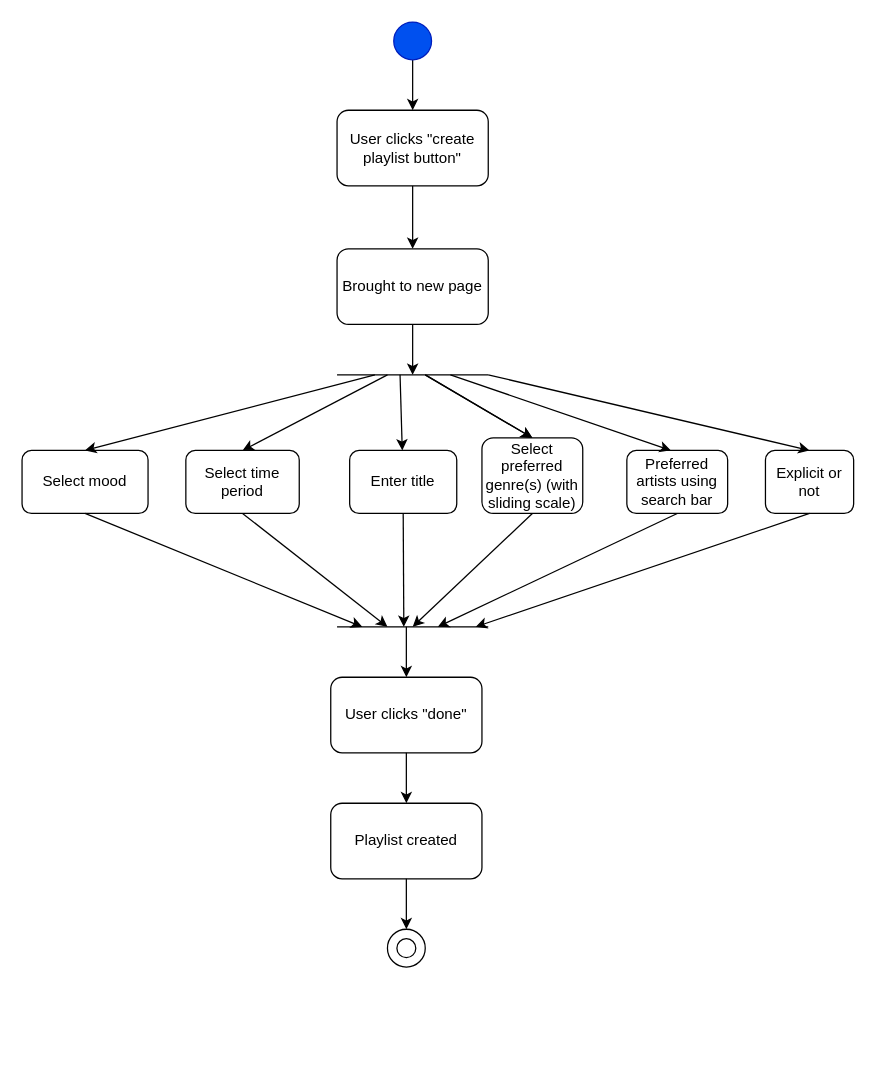
Before: Diagrams/Activity/activity_gui_create_playlist.drawio in stpilks99/moodipy, a draw.io diagram. Source tidied: cells renumbered, new cells numbered last; positions are measured from the earlier drawing's top-left corner, leaving out a move shared by most shapes. Both pictures are drawn from the tidied source at 126%, with x=0, y=0 at pixel (21, 21).
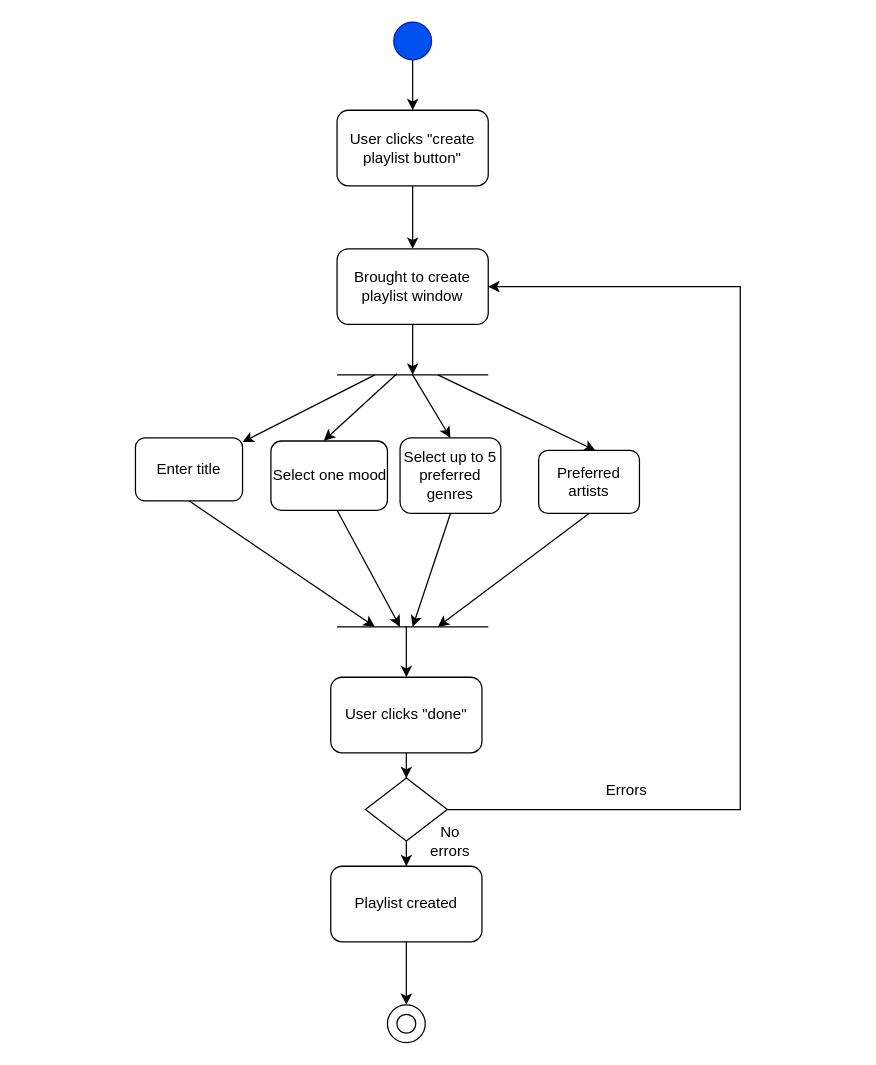
After the change.

Unchanged cells that the change refers to:
```xml
<mxCell id="29" value="&lt;div&gt;User clicks &quot;done&quot;&lt;/div&gt;" style="rounded=1;whiteSpace=wrap;html=1;" parent="1" vertex="1">
  <mxGeometry x="245" y="520" width="120" height="60" as="geometry" />
</mxCell>
```

Diff of the diagram source:
```diff
@@
-    <mxCell id="6" value="Brought to new page" style="rounded=1;whiteSpace=wrap;html=1;" parent="1" vertex="1">
+    <mxCell id="6" value="Brought to create playlist window" style="rounded=1;whiteSpace=wrap;html=1;" parent="1" vertex="1">
       <mxGeometry x="250" y="180" width="120" height="60" as="geometry" />
     </mxCell>
-    <mxCell id="7" value="Select mood" style="rounded=1;whiteSpace=wrap;html=1;" parent="1" vertex="1">
-      <mxGeometry y="340" width="100" height="50" as="geometry" />
-    </mxCell>
-    <mxCell id="8" value="Select time period" style="rounded=1;whiteSpace=wrap;html=1;" parent="1" vertex="1">
-      <mxGeometry x="130" y="340" width="90" height="50" as="geometry" />
-    </mxCell>
     <mxCell id="9" value="Enter title" style="rounded=1;whiteSpace=wrap;html=1;" parent="1" vertex="1">
-      <mxGeometry x="260" y="340" width="85" height="50" as="geometry" />
+      <mxGeometry x="90" y="330" width="85" height="50" as="geometry" />
     </mxCell>
-    <mxCell id="10" value="Select preferred genre(s) (with sliding scale)" style="rounded=1;whiteSpace=wrap;html=1;" parent="1" vertex="1">
-      <mxGeometry x="365" y="330" width="80" height="60" as="geometry" />
+    <mxCell id="10" value="Select up to 5 preferred genres" style="rounded=1;whiteSpace=wrap;html=1;" parent="1" vertex="1">
+      <mxGeometry x="300" y="330" width="80" height="60" as="geometry" />
     </mxCell>
-    <mxCell id="11" value="Preferred artists using search bar" style="rounded=1;whiteSpace=wrap;html=1;" parent="1" vertex="1">
-      <mxGeometry x="480" y="340" width="80" height="50" as="geometry" />
+    <mxCell id="11" value="Preferred artists" style="rounded=1;whiteSpace=wrap;html=1;" parent="1" vertex="1">
+      <mxGeometry x="410" y="340" width="80" height="50" as="geometry" />
     </mxCell>
-    <mxCell id="12" value="Explicit or not" style="rounded=1;whiteSpace=wrap;html=1;" parent="1" vertex="1">
-      <mxGeometry x="590" y="340" width="70" height="50" as="geometry" />
-    </mxCell>
@@
-    <mxCell id="14" style="endArrow=classic;html=1;entryX=0.5;entryY=0;entryDx=0;entryDy=0;" parent="1" edge="1" target="7">
-      <mxGeometry relative="1" as="geometry">
-        <mxPoint x="280" y="280" as="sourcePoint" />
-      </mxGeometry>
-    </mxCell>
-    <mxCell id="15" style="endArrow=classic;html=1;entryX=0.5;entryY=0;entryDx=0;entryDy=0;" parent="1" edge="1" target="8">
-      <mxGeometry relative="1" as="geometry">
-        <mxPoint x="290" y="280" as="sourcePoint" />
-      </mxGeometry>
-    </mxCell>
     <mxCell id="16" style="endArrow=classic;html=1;" parent="1" edge="1" target="9">
       <mxGeometry relative="1" as="geometry">
-        <mxPoint x="300" y="280" as="sourcePoint" />
+        <mxPoint x="280" y="280" as="sourcePoint" />
       </mxGeometry>
     </mxCell>
     <mxCell id="17" style="endArrow=classic;html=1;entryX=0.5;entryY=0;entryDx=0;entryDy=0;" parent="1" edge="1" target="10">
       <mxGeometry relative="1" as="geometry">
-        <mxPoint x="320" y="280" as="sourcePoint" />
+        <mxPoint x="310" y="280" as="sourcePoint" />
       </mxGeometry>
     </mxCell>
-    <mxCell id="18" style="endArrow=classic;html=1;entryX=0.5;entryY=0;entryDx=0;entryDy=0;" parent="1" edge="1">
-      <mxGeometry relative="1" as="geometry">
-        <mxPoint x="320" y="280" as="sourcePoint" />
-        <mxPoint x="405" y="330" as="targetPoint" />
-      </mxGeometry>
-    </mxCell>
     <mxCell id="19" style="endArrow=classic;html=1;entryX=0.5;entryY=0;entryDx=0;entryDy=0;" parent="1" edge="1">
       <mxGeometry relative="1" as="geometry">
-        <mxPoint x="340" y="280" as="sourcePoint" />
-        <mxPoint x="515" y="340" as="targetPoint" />
+        <mxPoint x="330" y="280" as="sourcePoint" />
+        <mxPoint x="455" y="340" as="targetPoint" />
       </mxGeometry>
     </mxCell>
-    <mxCell id="20" style="endArrow=classic;html=1;entryX=0.5;entryY=0;entryDx=0;entryDy=0;" parent="1" edge="1">
-      <mxGeometry relative="1" as="geometry">
-        <mxPoint x="370" y="280" as="sourcePoint" />
-        <mxPoint x="625" y="340" as="targetPoint" />
-      </mxGeometry>
-    </mxCell>
@@
-    <mxCell id="23" style="endArrow=classic;html=1;exitX=0.5;exitY=1;exitDx=0;exitDy=0;" parent="1" edge="1" source="7">
-      <mxGeometry relative="1" as="geometry">
-        <mxPoint x="270" y="480" as="targetPoint" />
-      </mxGeometry>
-    </mxCell>
-    <mxCell id="24" style="endArrow=classic;html=1;exitX=0.5;exitY=1;exitDx=0;exitDy=0;" parent="1" edge="1" source="8">
-      <mxGeometry relative="1" as="geometry">
-        <mxPoint x="290" y="480" as="targetPoint" />
-      </mxGeometry>
-    </mxCell>
     <mxCell id="25" style="endArrow=classic;html=1;exitX=0.5;exitY=1;exitDx=0;exitDy=0;" parent="1" edge="1" source="9">
       <mxGeometry relative="1" as="geometry">
-        <mxPoint x="303" y="480" as="targetPoint" />
+        <mxPoint x="280" y="480" as="targetPoint" />
       </mxGeometry>
     </mxCell>
@@
-    <mxCell id="28" style="endArrow=classic;html=1;exitX=0.5;exitY=1;exitDx=0;exitDy=0;" parent="1" edge="1" source="12">
-      <mxGeometry relative="1" as="geometry">
-        <mxPoint x="360" y="480" as="targetPoint" />
-      </mxGeometry>
-    </mxCell>
+    <mxCell id="36" style="edgeStyle=orthogonalEdgeStyle;rounded=0;jettySize=auto;html=1;" parent="1" edge="1" source="29" target="39">
+      <mxGeometry relative="1" as="geometry" />
+    </mxCell>
@@
     <mxCell id="30" value="Playlist created" style="rounded=1;whiteSpace=wrap;html=1;" parent="1" vertex="1">
-      <mxGeometry x="245" y="620" width="120" height="60" as="geometry" />
+      <mxGeometry x="245" y="670" width="120" height="60" as="geometry" />
     </mxCell>
     <mxCell id="31" style="ellipse;whiteSpace=wrap;html=1;" parent="1" vertex="1">
-      <mxGeometry x="290" y="720" width="30" height="30" as="geometry" />
+      <mxGeometry x="290" y="780" width="30" height="30" as="geometry" />
     </mxCell>
     <mxCell id="32" style="ellipse;whiteSpace=wrap;html=1;" parent="1" vertex="1">
-      <mxGeometry x="297.5" y="727.5" width="15" height="15" as="geometry" />
+      <mxGeometry x="297.5" y="787.5" width="15" height="15" as="geometry" />
     </mxCell>
@@
-    <mxCell id="34" style="endArrow=classic;html=1;exitX=0.5;exitY=1;exitDx=0;exitDy=0;entryX=0.5;entryY=0;entryDx=0;entryDy=0;" parent="1" edge="1" source="29" target="30">
-      <mxGeometry relative="1" as="geometry" />
-    </mxCell>
@@
+    <mxCell id="37" style="edgeStyle=orthogonalEdgeStyle;rounded=0;jettySize=auto;html=1;" parent="1" edge="1" source="39" target="30">
+      <mxGeometry relative="1" as="geometry" />
+    </mxCell>
+    <mxCell id="38" style="edgeStyle=orthogonalEdgeStyle;rounded=0;jettySize=auto;html=1;entryX=1;entryY=0.5;entryDx=0;entryDy=0;" parent="1" edge="1" source="39" target="6">
+      <mxGeometry relative="1" as="geometry">
+        <Array as="points">
+          <mxPoint x="570" y="625" />
+          <mxPoint x="570" y="210" />
+        </Array>
+      </mxGeometry>
+    </mxCell>
+    <mxCell id="39" style="rhombus;whiteSpace=wrap;html=1;" parent="1" vertex="1">
+      <mxGeometry x="272.5" y="600" width="65" height="50" as="geometry" />
+    </mxCell>
+    <mxCell id="40" value="No errors" style="text;html=1;strokeColor=none;fillColor=none;align=center;verticalAlign=middle;whiteSpace=wrap;rounded=0;" parent="1" vertex="1">
+      <mxGeometry x="320" y="640" width="40" height="20" as="geometry" />
+    </mxCell>
+    <mxCell id="41" value="Errors" style="text;html=1;strokeColor=none;fillColor=none;align=center;verticalAlign=middle;whiteSpace=wrap;rounded=0;" parent="1" vertex="1">
+      <mxGeometry x="460" y="600" width="40" height="20" as="geometry" />
+    </mxCell>
+    <mxCell id="42" value="Select one mood" style="rounded=1;whiteSpace=wrap;html=1;" parent="1" vertex="1">
+      <mxGeometry x="197.5" y="332.5" width="92.5" height="55" as="geometry" />
+    </mxCell>
+    <mxCell id="43" style="edgeStyle=orthogonalEdgeStyle;rounded=0;orthogonalLoop=1;jettySize=auto;html=1;exitX=0.5;exitY=1;exitDx=0;exitDy=0;" parent="1" edge="1" source="9" target="9">
+      <mxGeometry relative="1" as="geometry" />
+    </mxCell>
+    <mxCell id="44" style="endArrow=classic;html=1;entryX=0.454;entryY=-0.004;entryDx=0;entryDy=0;entryPerimeter=0;" parent="1" edge="1" target="42">
+      <mxGeometry relative="1" as="geometry">
+        <mxPoint x="297.5" y="279.1" as="sourcePoint" />
+      </mxGeometry>
+    </mxCell>
+    <mxCell id="45" style="endArrow=classic;html=1;exitX=0.5;exitY=1;exitDx=0;exitDy=0;" parent="1" edge="1">
+      <mxGeometry relative="1" as="geometry">
+        <mxPoint x="250" y="387.5" as="sourcePoint" />
+        <mxPoint x="300" y="480" as="targetPoint" />
+      </mxGeometry>
+    </mxCell>
```
